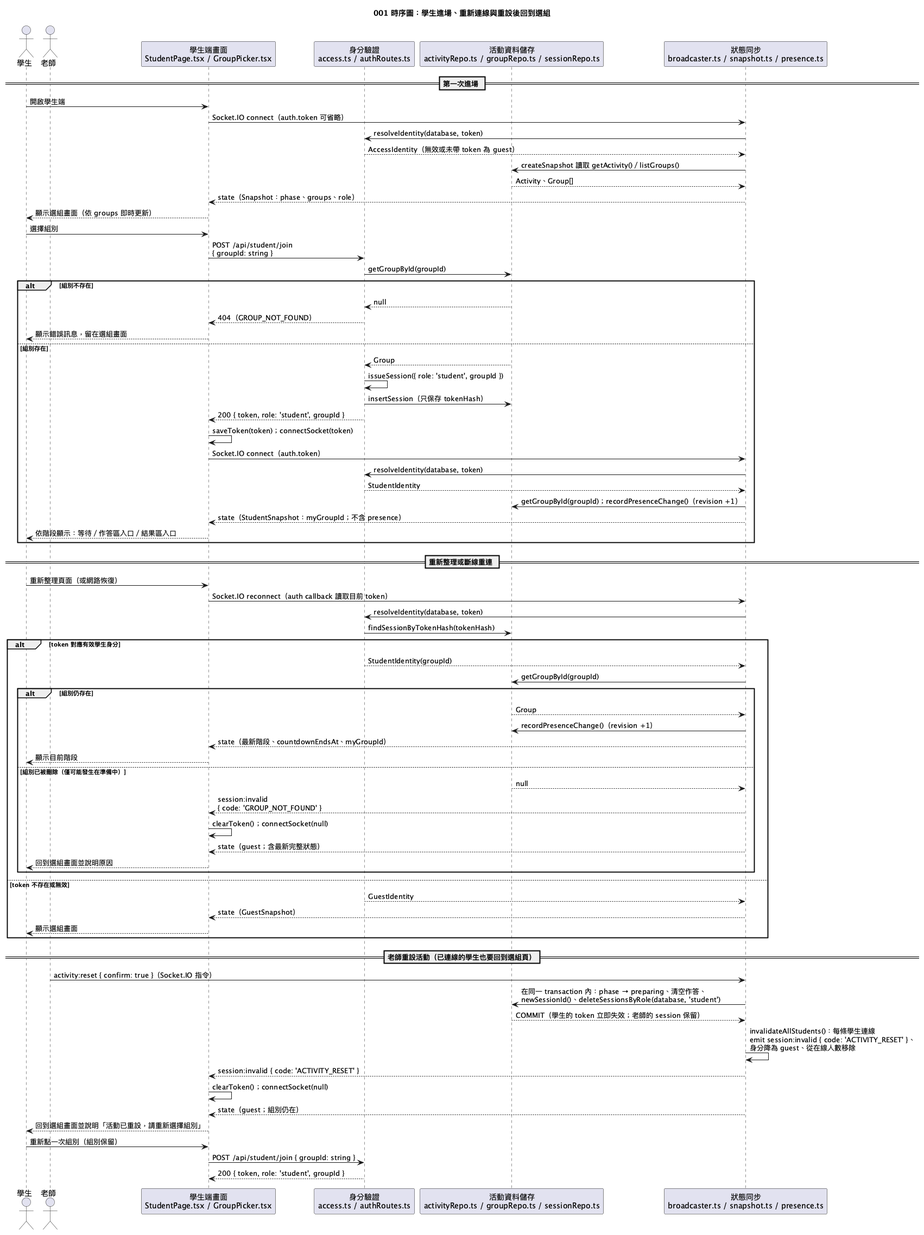
Above: diagrams/001-activity-session-seq-join.png in Danielweng0902/Answering-System_speckit (PlantUML), before the change.
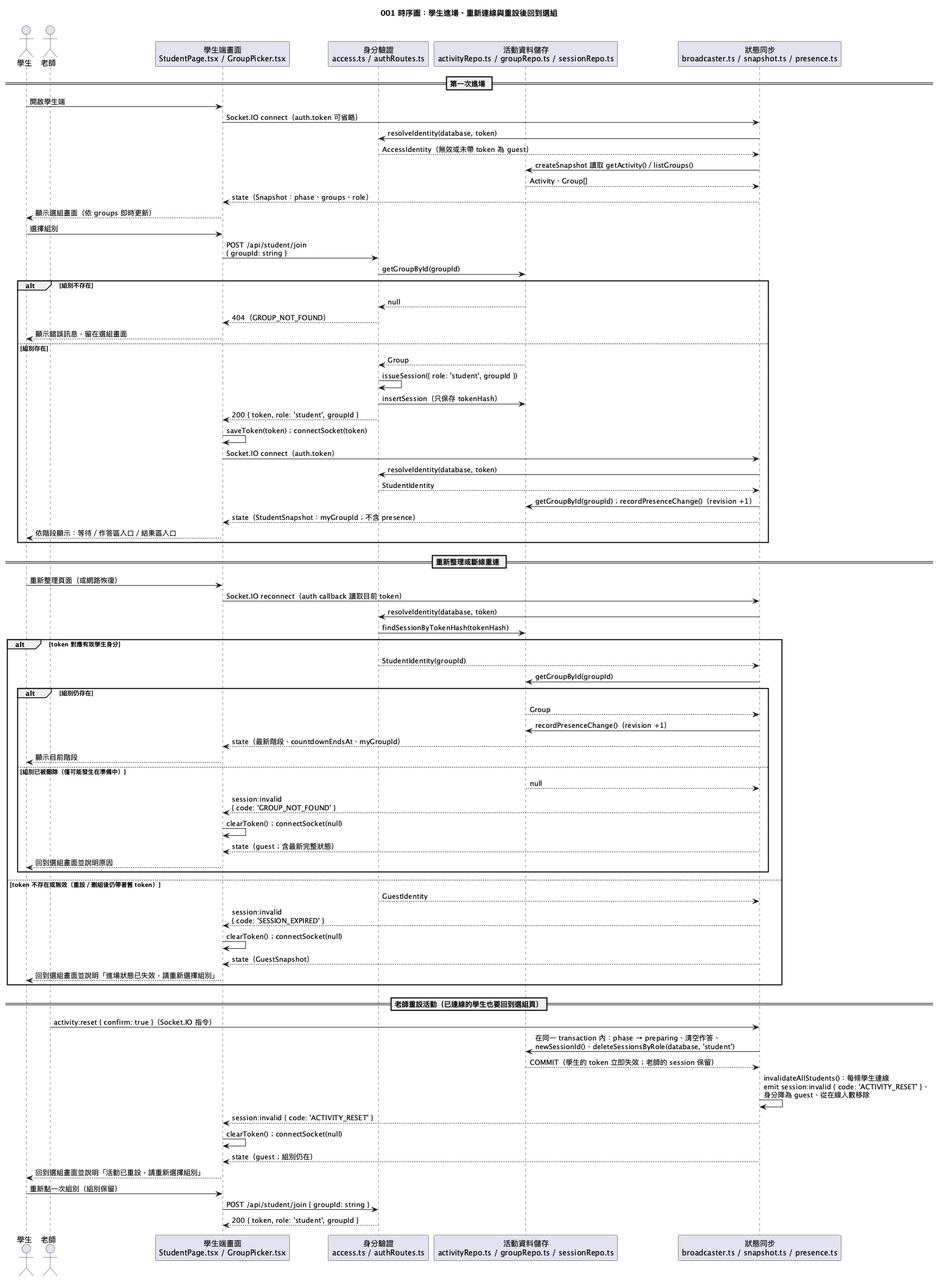
Later version of the same file.

Diff of the diagram source:
```diff
@@ -60,10 +60,12 @@
     B --> U : state（guest；含最新完整狀態）
     U --> Student : 回到選組畫面並說明原因
   end
-else token 不存在或無效
+else token 不存在或無效（重設／刪組後仍帶著舊 token）
   A --> B : GuestIdentity
+  B --> U : session:invalid\n{ code: 'SESSION_EXPIRED' }
+  U -> U : clearToken()；connectSocket(null)
   B --> U : state（GuestSnapshot）
-  U --> Student : 顯示選組畫面
+  U --> Student : 回到選組畫面並說明「進場狀態已失效，請重新選擇組別」
 end
 
 == 老師重設活動（已連線的學生也要回到選組頁）==
```
